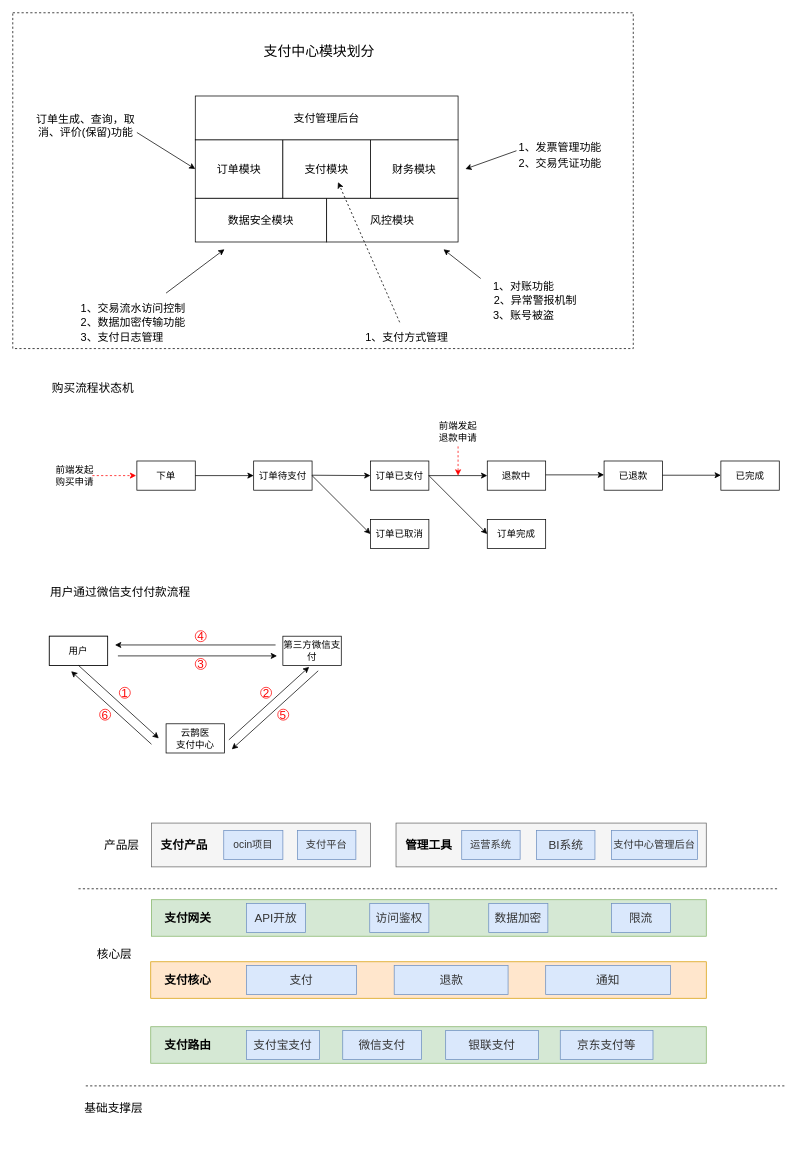
The draw.io diagram 支付中心.drawio in chenrushui/draw, before the edit. Source tidied: cells renumbered, new cells numbered last; positions are measured from the earlier drawing's top-left corner, leaving out a move shared by most shapes. Both pictures are drawn from the tidied source at 73%, with x=0, y=0 at pixel (12, 12).
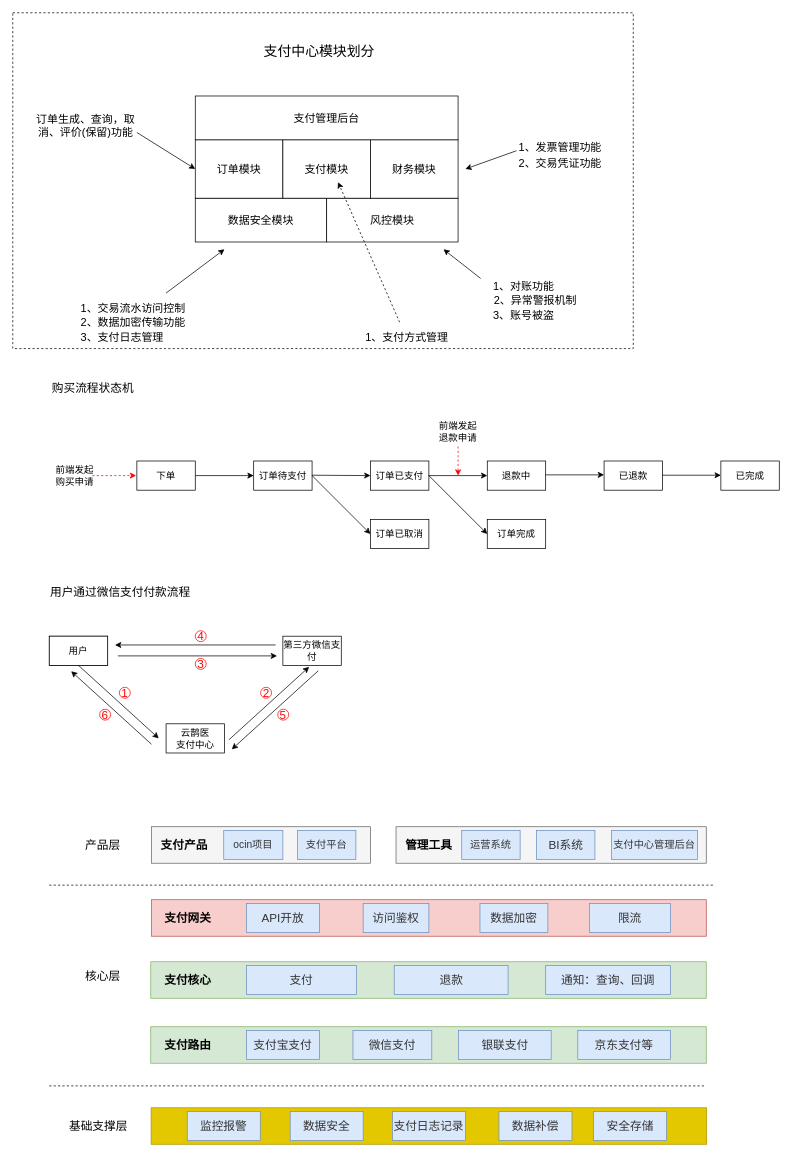
The same diagram, later.

Commit message:
支付中心架构图.drawio

Diff of the diagram source:
```diff
@@
     <mxCell id="2" style="rounded=0;whiteSpace=wrap;html=1;fontSize=16;fillColor=#f5f5f5;strokeColor=#666666;fontColor=#333333;" parent="1" vertex="1">
-      <mxGeometry x="525" y="1110" width="425" height="60" as="geometry" />
+      <mxGeometry x="525" y="1115" width="425" height="50" as="geometry" />
     </mxCell>
     <mxCell id="3" style="rounded=0;whiteSpace=wrap;html=1;fontSize=16;fillColor=#f5f5f5;strokeColor=#666666;fontColor=#333333;" parent="1" vertex="1">
-      <mxGeometry x="190" y="1110" width="300" height="60" as="geometry" />
+      <mxGeometry x="190" y="1115" width="300" height="50" as="geometry" />
     </mxCell>
@@
     <mxCell id="64" value="产品层" style="text;html=1;strokeColor=none;fillColor=none;align=center;verticalAlign=middle;whiteSpace=wrap;rounded=0;fontSize=16;" parent="1" vertex="1">
-      <mxGeometry x="119" y="1130" width="61" height="20" as="geometry" />
+      <mxGeometry x="92.5" y="1129.5" width="61" height="20" as="geometry" />
     </mxCell>
     <mxCell id="65" value="核心层" style="text;html=1;strokeColor=none;fillColor=none;align=center;verticalAlign=middle;whiteSpace=wrap;rounded=0;fontSize=16;" parent="1" vertex="1">
-      <mxGeometry x="109" y="1280" width="61" height="20" as="geometry" />
+      <mxGeometry x="92.5" y="1310" width="61" height="20" as="geometry" />
     </mxCell>
     <mxCell id="66" value="基础支撑层" style="text;html=1;strokeColor=none;fillColor=none;align=center;verticalAlign=middle;whiteSpace=wrap;rounded=0;fontSize=16;" parent="1" vertex="1">
-      <mxGeometry x="90" y="1490" width="97" height="20" as="geometry" />
+      <mxGeometry x="74" y="1515" width="87" height="20" as="geometry" />
     </mxCell>
     <mxCell id="67" style="endArrow=none;dashed=1;html=1;fontSize=16;" parent="1" edge="1">
       <mxGeometry relative="1" as="geometry">
-        <mxPoint x="90" y="1200" as="sourcePoint" />
-        <mxPoint x="1050" y="1200" as="targetPoint" />
+        <mxPoint x="50" y="1195" as="sourcePoint" />
+        <mxPoint x="960" y="1195" as="targetPoint" />
       </mxGeometry>
     </mxCell>
     <mxCell id="68" style="endArrow=none;dashed=1;html=1;fontSize=16;" parent="1" edge="1">
       <mxGeometry relative="1" as="geometry">
-        <mxPoint x="100" y="1470" as="sourcePoint" />
-        <mxPoint x="1059.5" y="1470" as="targetPoint" />
+        <mxPoint x="50" y="1470" as="sourcePoint" />
+        <mxPoint x="950" y="1470" as="targetPoint" />
       </mxGeometry>
     </mxCell>
@@
-    <mxCell id="76" style="rounded=0;whiteSpace=wrap;html=1;fontSize=16;fillColor=#d5e8d4;strokeColor=#82b366;" parent="1" vertex="1">
+    <mxCell id="76" style="rounded=0;whiteSpace=wrap;html=1;fontSize=16;fillColor=#f8cecc;strokeColor=#b85450;" parent="1" vertex="1">
       <mxGeometry x="190" y="1215" width="760" height="50" as="geometry" />
     </mxCell>
@@
     <mxCell id="78" value="&lt;font color=&quot;#333333&quot;&gt;API开放&lt;/font&gt;" style="rounded=0;whiteSpace=wrap;html=1;fontSize=16;fillColor=#dae8fc;strokeColor=#6c8ebf;labelBackgroundColor=none;" parent="1" vertex="1">
-      <mxGeometry x="320" y="1220" width="81" height="40" as="geometry" />
+      <mxGeometry x="320" y="1220" width="100" height="40" as="geometry" />
     </mxCell>
     <mxCell id="79" value="&lt;font color=&quot;#333333&quot;&gt;访问鉴权&lt;/font&gt;" style="rounded=0;whiteSpace=wrap;html=1;fontSize=16;fillColor=#dae8fc;strokeColor=#6c8ebf;labelBackgroundColor=none;" parent="1" vertex="1">
-      <mxGeometry x="489" y="1220" width="81" height="40" as="geometry" />
+      <mxGeometry x="480" y="1220" width="90" height="40" as="geometry" />
     </mxCell>
     <mxCell id="80" value="&lt;font color=&quot;#333333&quot;&gt;数据加密&lt;/font&gt;" style="rounded=0;whiteSpace=wrap;html=1;fontSize=16;fillColor=#dae8fc;strokeColor=#6c8ebf;labelBackgroundColor=none;" parent="1" vertex="1">
-      <mxGeometry x="652" y="1220" width="81" height="40" as="geometry" />
+      <mxGeometry x="640" y="1220" width="93" height="40" as="geometry" />
     </mxCell>
     <mxCell id="81" value="&lt;font color=&quot;#333333&quot;&gt;限流&lt;/font&gt;" style="rounded=0;whiteSpace=wrap;html=1;fontSize=16;fillColor=#dae8fc;strokeColor=#6c8ebf;labelBackgroundColor=none;" parent="1" vertex="1">
-      <mxGeometry x="820" y="1220" width="81" height="40" as="geometry" />
+      <mxGeometry x="790" y="1220" width="111" height="40" as="geometry" />
     </mxCell>
-    <mxCell id="82" style="rounded=0;whiteSpace=wrap;html=1;fontSize=16;fillColor=#ffe6cc;strokeColor=#d79b00;" parent="1" vertex="1">
+    <mxCell id="82" style="rounded=0;whiteSpace=wrap;html=1;fontSize=16;fillColor=#d5e8d4;strokeColor=#82b366;" parent="1" vertex="1">
       <mxGeometry x="189" y="1300" width="761" height="50" as="geometry" />
     </mxCell>
@@
-    <mxCell id="86" value="&lt;font color=&quot;#333333&quot;&gt;通知&lt;/font&gt;" style="rounded=0;whiteSpace=wrap;html=1;fontSize=16;fillColor=#dae8fc;strokeColor=#6c8ebf;labelBackgroundColor=none;" parent="1" vertex="1">
+    <mxCell id="86" value="&lt;font color=&quot;#333333&quot;&gt;通知：查询、回调&lt;/font&gt;" style="rounded=0;whiteSpace=wrap;html=1;fontSize=16;fillColor=#dae8fc;strokeColor=#6c8ebf;labelBackgroundColor=none;" parent="1" vertex="1">
       <mxGeometry x="730" y="1305" width="171" height="40" as="geometry" />
     </mxCell>
@@
     <mxCell id="90" value="&lt;font color=&quot;#333333&quot;&gt;微信支付&lt;/font&gt;" style="rounded=0;whiteSpace=wrap;html=1;fontSize=16;fillColor=#dae8fc;strokeColor=#6c8ebf;labelBackgroundColor=none;" parent="1" vertex="1">
-      <mxGeometry x="452" y="1394" width="108" height="40" as="geometry" />
+      <mxGeometry x="466" y="1394" width="108" height="40" as="geometry" />
     </mxCell>
     <mxCell id="91" value="&lt;font color=&quot;#333333&quot;&gt;银联支付&lt;/font&gt;" style="rounded=0;whiteSpace=wrap;html=1;fontSize=16;fillColor=#dae8fc;strokeColor=#6c8ebf;labelBackgroundColor=none;" parent="1" vertex="1">
-      <mxGeometry x="593" y="1394" width="127" height="40" as="geometry" />
+      <mxGeometry x="610.5" y="1394" width="127" height="40" as="geometry" />
     </mxCell>
     <mxCell id="92" value="&lt;font color=&quot;#333333&quot;&gt;京东支付等&lt;/font&gt;" style="rounded=0;whiteSpace=wrap;html=1;fontSize=16;fillColor=#dae8fc;strokeColor=#6c8ebf;labelBackgroundColor=none;" parent="1" vertex="1">
-      <mxGeometry x="750" y="1394" width="127" height="40" as="geometry" />
+      <mxGeometry x="774" y="1394" width="127" height="40" as="geometry" />
     </mxCell>
+    <mxCell id="93" style="rounded=0;whiteSpace=wrap;html=1;fontSize=16;fillColor=#e3c800;strokeColor=#B09500;fontColor=#ffffff;" parent="1" vertex="1">
+      <mxGeometry x="189.5" y="1500" width="761" height="50" as="geometry" />
+    </mxCell>
+    <mxCell id="94" value="&lt;font color=&quot;#333333&quot;&gt;监控报警&lt;/font&gt;" style="rounded=0;whiteSpace=wrap;html=1;fontSize=16;fillColor=#dae8fc;strokeColor=#6c8ebf;labelBackgroundColor=none;" parent="1" vertex="1">
+      <mxGeometry x="239" y="1505" width="100" height="40" as="geometry" />
+    </mxCell>
+    <mxCell id="95" value="&lt;font color=&quot;#333333&quot;&gt;数据安全&lt;/font&gt;" style="rounded=0;whiteSpace=wrap;html=1;fontSize=16;fillColor=#dae8fc;strokeColor=#6c8ebf;labelBackgroundColor=none;" parent="1" vertex="1">
+      <mxGeometry x="380" y="1505" width="100" height="40" as="geometry" />
+    </mxCell>
+    <mxCell id="96" value="&lt;font color=&quot;#333333&quot;&gt;支付日志记录&lt;/font&gt;" style="rounded=0;whiteSpace=wrap;html=1;fontSize=16;fillColor=#dae8fc;strokeColor=#6c8ebf;labelBackgroundColor=none;" parent="1" vertex="1">
+      <mxGeometry x="520" y="1505" width="100" height="40" as="geometry" />
+    </mxCell>
+    <mxCell id="97" value="&lt;font color=&quot;#333333&quot;&gt;数据补偿&lt;/font&gt;" style="rounded=0;whiteSpace=wrap;html=1;fontSize=16;fillColor=#dae8fc;strokeColor=#6c8ebf;labelBackgroundColor=none;" parent="1" vertex="1">
+      <mxGeometry x="666" y="1505" width="100" height="40" as="geometry" />
+    </mxCell>
+    <mxCell id="98" value="&lt;font color=&quot;#333333&quot;&gt;安全存储&lt;/font&gt;" style="rounded=0;whiteSpace=wrap;html=1;fontSize=16;fillColor=#dae8fc;strokeColor=#6c8ebf;labelBackgroundColor=none;" parent="1" vertex="1">
+      <mxGeometry x="795.5" y="1505" width="100" height="40" as="geometry" />
+    </mxCell>
```
